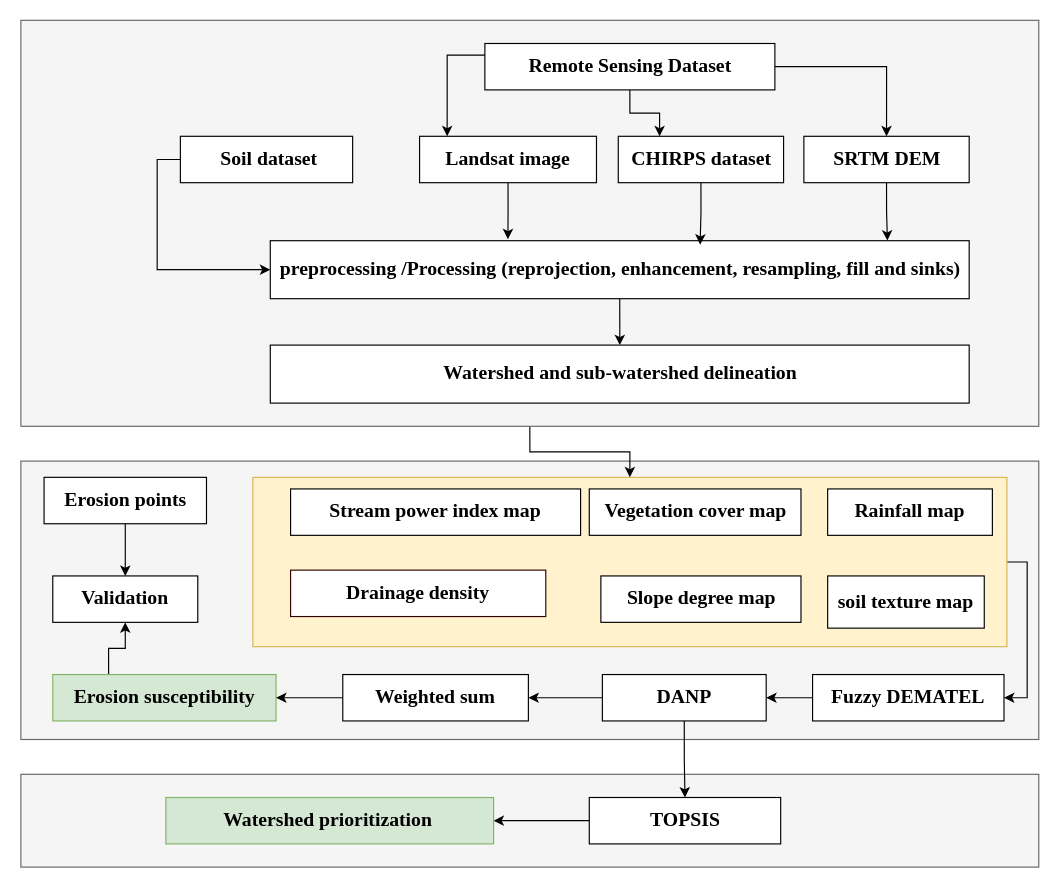
Above: flowMCDMFinal.drawio in yemioke/PRISMA2020 (draw.io), before the change. Source tidied: cells renumbered, new cells numbered last; positions are measured from the earlier drawing's top-left corner, leaving out a move shared by most shapes. Both pictures are drawn from the tidied source at 116%, with x=0, y=0 at pixel (20, 20).
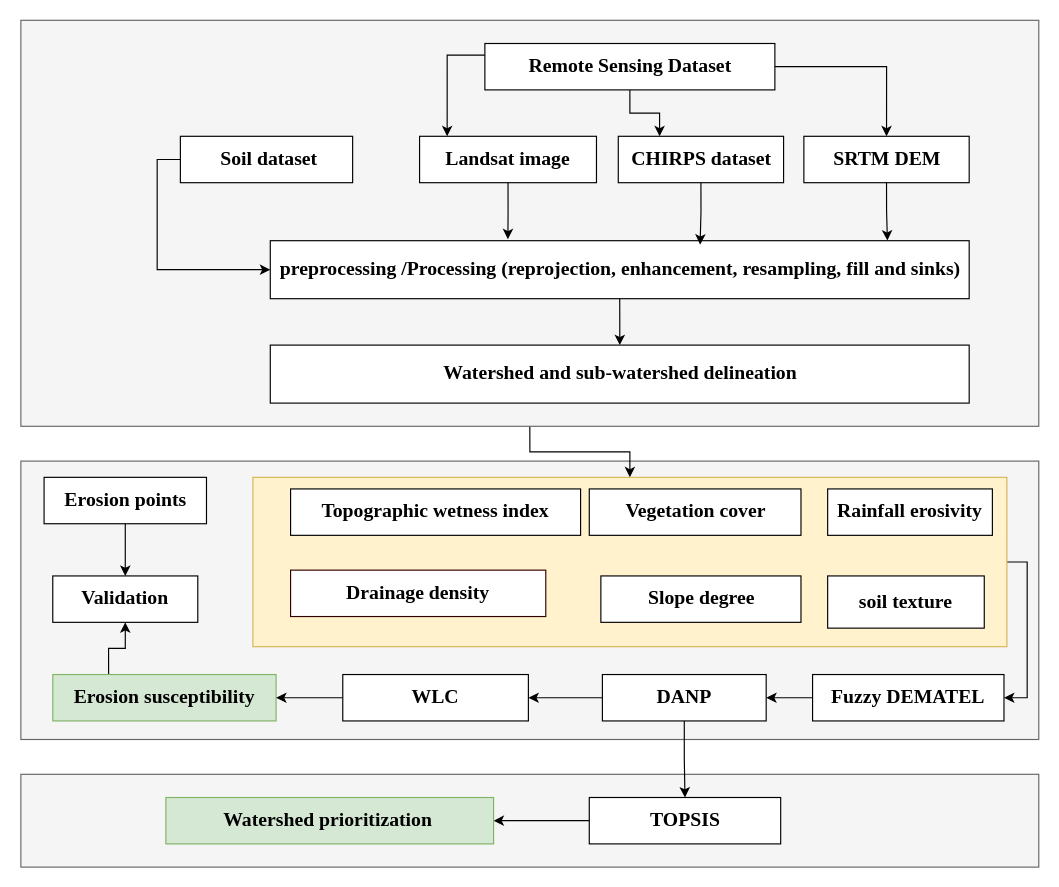
The same page after the edit.

What changed in the source:
```diff
@@
-    <mxCell id="5" value="&lt;b&gt;&lt;font style=&quot;font-size: 17px;&quot; face=&quot;Times New Roman&quot;&gt;soil texture map&lt;/font&gt;&lt;/b&gt;" style="rounded=0;whiteSpace=wrap;html=1;" parent="1" vertex="1">
+    <mxCell id="5" value="&lt;b&gt;&lt;font style=&quot;font-size: 17px;&quot; face=&quot;Times New Roman&quot;&gt;soil texture&lt;/font&gt;&lt;/b&gt;" style="rounded=0;whiteSpace=wrap;html=1;" parent="1" vertex="1">
       <mxGeometry x="696" y="479" width="135" height="45" as="geometry" />
     </mxCell>
-    <mxCell id="6" value="&lt;b&gt;&lt;font style=&quot;font-size: 17px;&quot; face=&quot;Times New Roman&quot;&gt;Stream power index map&lt;/font&gt;&lt;/b&gt;" style="rounded=0;whiteSpace=wrap;html=1;" parent="1" vertex="1">
+    <mxCell id="6" value="&lt;b&gt;&lt;font style=&quot;font-size: 17px;&quot; face=&quot;Times New Roman&quot;&gt;Topographic wetness index&lt;/font&gt;&lt;/b&gt;" style="rounded=0;whiteSpace=wrap;html=1;" parent="1" vertex="1">
       <mxGeometry x="233" y="404" width="250" height="40" as="geometry" />
     </mxCell>
-    <mxCell id="7" value="&lt;b&gt;&lt;font style=&quot;font-size: 17px;&quot; face=&quot;Times New Roman&quot;&gt;Vegetation cover map&lt;/font&gt;&lt;/b&gt;" style="rounded=0;whiteSpace=wrap;html=1;" parent="1" vertex="1">
+    <mxCell id="7" value="&lt;b&gt;&lt;font style=&quot;font-size: 17px;&quot; face=&quot;Times New Roman&quot;&gt;Vegetation cover&lt;/font&gt;&lt;/b&gt;" style="rounded=0;whiteSpace=wrap;html=1;" parent="1" vertex="1">
       <mxGeometry x="490.5" y="404" width="182.5" height="40" as="geometry" />
     </mxCell>
@@
-    <mxCell id="10" value="&lt;font face=&quot;Times New Roman&quot;&gt;&lt;span style=&quot;font-size: 17px;&quot;&gt;&lt;b&gt;Rainfall map&lt;/b&gt;&lt;/span&gt;&lt;/font&gt;" style="rounded=0;whiteSpace=wrap;html=1;" parent="1" vertex="1">
+    <mxCell id="10" value="&lt;font face=&quot;Times New Roman&quot;&gt;&lt;span style=&quot;font-size: 17px;&quot;&gt;&lt;b&gt;Rainfall erosivity&lt;/b&gt;&lt;/span&gt;&lt;/font&gt;" style="rounded=0;whiteSpace=wrap;html=1;" parent="1" vertex="1">
       <mxGeometry x="696" y="404" width="142" height="40" as="geometry" />
     </mxCell>
@@
-    <mxCell id="12" value="&lt;font face=&quot;Times New Roman&quot;&gt;&lt;span style=&quot;font-size: 17px;&quot;&gt;&lt;b&gt;Slope degree map&lt;/b&gt;&lt;/span&gt;&lt;/font&gt;" style="rounded=0;whiteSpace=wrap;html=1;" parent="1" vertex="1">
+    <mxCell id="12" value="&lt;font face=&quot;Times New Roman&quot;&gt;&lt;span style=&quot;font-size: 17px;&quot;&gt;&lt;b&gt;Slope degree&lt;/b&gt;&lt;/span&gt;&lt;/font&gt;" style="rounded=0;whiteSpace=wrap;html=1;" parent="1" vertex="1">
       <mxGeometry x="500.5" y="479" width="172.5" height="40" as="geometry" />
     </mxCell>
@@
-    <mxCell id="39" value="&lt;font face=&quot;Times New Roman&quot;&gt;&lt;span style=&quot;font-size: 17px;&quot;&gt;&lt;b&gt;Weighted sum&lt;/b&gt;&lt;/span&gt;&lt;/font&gt;" style="rounded=0;whiteSpace=wrap;html=1;" parent="1" vertex="1">
+    <mxCell id="39" value="&lt;font face=&quot;Times New Roman&quot;&gt;&lt;span style=&quot;font-size: 17px;&quot;&gt;&lt;b&gt;WLC&lt;/b&gt;&lt;/span&gt;&lt;/font&gt;" style="rounded=0;whiteSpace=wrap;html=1;" parent="1" vertex="1">
       <mxGeometry x="278" y="564" width="160" height="40" as="geometry" />
     </mxCell>
```
